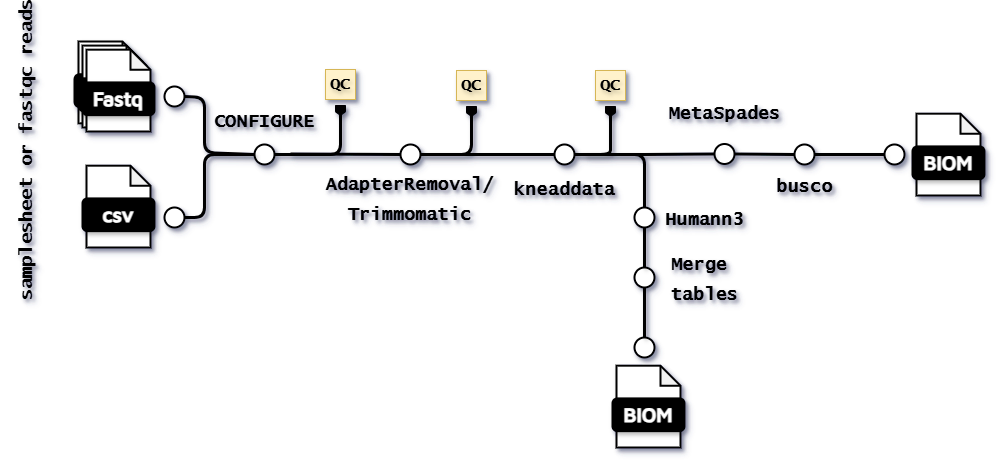
Before: docs/images/metabiomx_workflow.png, a diagram exported from draw.io (CMG-GUTS/metabiomx). Source tidied: cells renumbered, new cells last; positions are measured from the earlier drawing's top-left corner, leaving out a move shared by most shapes.
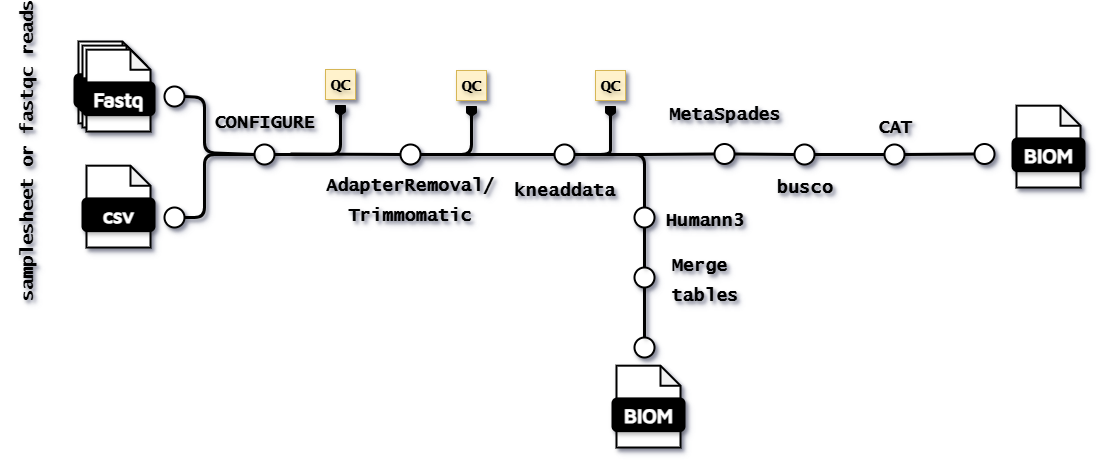
After the change.

Commit message:
updated workflow diagram

The edit, as a diff of the source:
```diff
@@ -150,7 +150,7 @@
       <mxGeometry x="8" y="40.9" width="72" height="32.7" as="geometry" />
     </mxCell>
     <mxCell id="42" style="group;textShadow=1;shadow=1;" parent="1" vertex="1">
-      <mxGeometry x="930" y="64" width="80" height="90" as="geometry" />
+      <mxGeometry x="1030" y="56" width="80" height="90" as="geometry" />
     </mxCell>
     <mxCell id="43" style="shape=note;whiteSpace=wrap;html=1;backgroundOutline=1;darkOpacity=0.05;rounded=1;size=20;strokeWidth=2;textShadow=1;shadow=1;" parent="42" vertex="1">
       <mxGeometry x="12" y="8.2" width="64" height="81.8" as="geometry" />
@@ -201,5 +201,14 @@
     <mxCell id="55" value="&lt;div&gt;&lt;font face=&quot;Lucida Console&quot;&gt;&lt;span style=&quot;font-size: 18px;&quot;&gt;CONFIGURE&lt;/span&gt;&lt;/font&gt;&lt;/div&gt;" style="text;strokeColor=none;fillColor=none;html=1;fontSize=24;fontStyle=1;verticalAlign=middle;align=center;textShadow=1;shadow=1;" parent="1" vertex="1">
       <mxGeometry x="240" y="58" width="100" height="40" as="geometry" />
     </mxCell>
+    <mxCell id="56" style="ellipse;whiteSpace=wrap;html=1;rounded=1;rotation=0;strokeWidth=2;textShadow=1;shadow=1;" parent="1" vertex="1">
+      <mxGeometry x="1000" y="102.5" width="20" height="20" as="geometry" />
+    </mxCell>
+    <mxCell id="57" style="endArrow=none;html=1;rounded=1;strokeWidth=3;fontSize=16;entryX=1;entryY=0.5;entryDx=0;entryDy=0;textShadow=1;shadow=1;" parent="1" edge="1" source="56" target="45">
+      <mxGeometry relative="1" as="geometry" />
+    </mxCell>
+    <mxCell id="58" value="&lt;font face=&quot;Lucida Console&quot;&gt;&lt;span style=&quot;font-size: 18px;&quot;&gt;CAT&lt;/span&gt;&lt;/font&gt;" style="text;strokeColor=none;fillColor=none;html=1;fontSize=24;fontStyle=1;verticalAlign=middle;align=center;textShadow=1;shadow=1;" parent="1" vertex="1">
+      <mxGeometry x="870" y="62.5" width="100" height="40" as="geometry" />
+    </mxCell>
   </root>
 </mxGraphModel>
```
